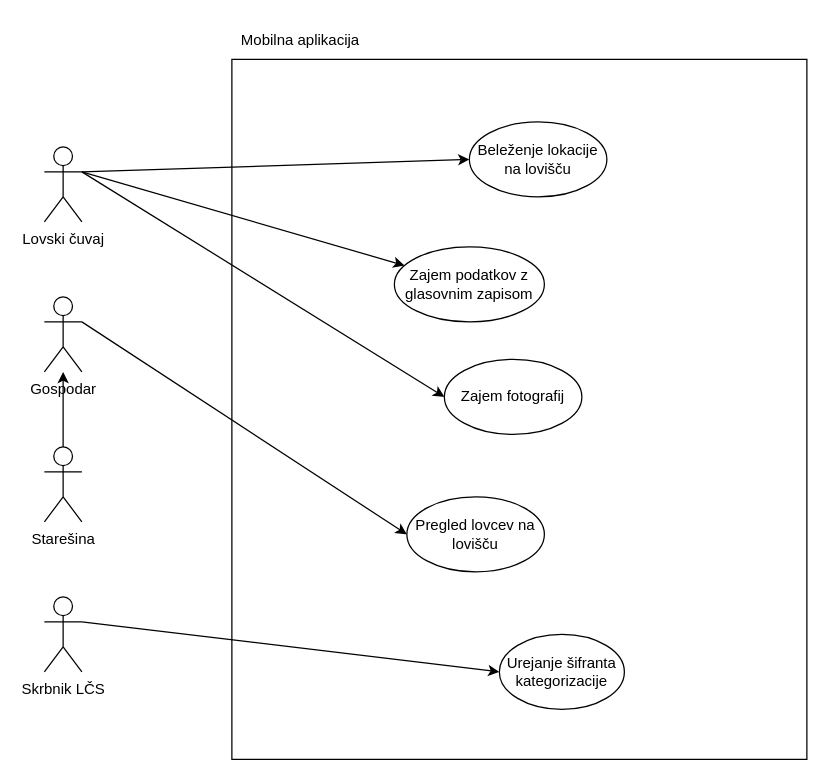
This is Lovski čuvaj-Mobilna aplikacija.drawio from ErnestISv/Lovstvo, a draw.io file, before an edit. Source tidied: cells renumbered, new cells numbered last; positions are measured from the earlier drawing's top-left corner, leaving out a move shared by most shapes. Both pictures are drawn from the tidied source at 125%, with x=0, y=0 at pixel (44, 21).
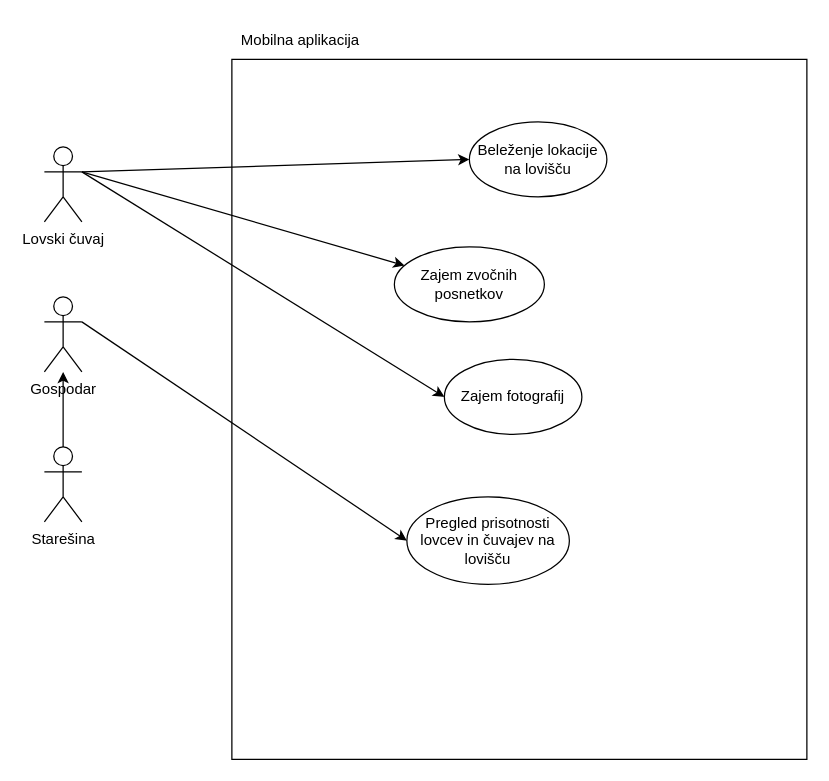
Above is the later version.

Unchanged cells that the change refers to:
```xml
<mxCell id="3" value="Lovski čuvaj" style="shape=umlActor;verticalLabelPosition=bottom;verticalAlign=top;html=1;outlineConnect=0;" parent="1" vertex="1">
  <mxGeometry y="100" width="30" height="60" as="geometry" />
</mxCell>
<mxCell id="5" value="Gospodar" style="shape=umlActor;verticalLabelPosition=bottom;verticalAlign=top;html=1;outlineConnect=0;" parent="1" vertex="1">
  <mxGeometry y="220" width="30" height="60" as="geometry" />
</mxCell>
<mxCell id="10" value="Zajem fotografij" style="ellipse;whiteSpace=wrap;html=1;" parent="1" vertex="1">
  <mxGeometry x="320" y="270" width="110" height="60" as="geometry" />
</mxCell>
<mxCell id="17" value="Beleženje lokacije na lovišču" style="ellipse;whiteSpace=wrap;html=1;" parent="1" vertex="1">
  <mxGeometry x="340" y="80" width="110" height="60" as="geometry" />
</mxCell>
```

The edit, as a diff of the source:
```diff
@@
-    <mxCell id="2" style="rounded=0;whiteSpace=wrap;html=1;" parent="1" vertex="1">
-      <mxGeometry x="150" y="30" width="460" height="560" as="geometry" />
-    </mxCell>
+    <mxCell id="19" style="rounded=0;whiteSpace=wrap;html=1;" parent="1" vertex="1">
+      <mxGeometry x="150" y="30" width="460" height="560" as="geometry" />
+    </mxCell>
@@
-    <mxCell id="6" value="Skrbnik LČS" style="shape=umlActor;verticalLabelPosition=bottom;verticalAlign=top;html=1;outlineConnect=0;" parent="1" vertex="1">
-      <mxGeometry y="460" width="30" height="60" as="geometry" />
-    </mxCell>
-    <mxCell id="7" value="Urejanje šifranta kategorizacije" style="ellipse;whiteSpace=wrap;html=1;" parent="1" vertex="1">
-      <mxGeometry x="364" y="490" width="100" height="60" as="geometry" />
-    </mxCell>
-    <mxCell id="8" value="Zajem podatkov z glasovnim zapisom" style="ellipse;whiteSpace=wrap;html=1;" parent="1" vertex="1">
-      <mxGeometry x="280" y="180" width="120" height="60" as="geometry" />
-    </mxCell>
-    <mxCell id="9" style="endArrow=classic;html=1;rounded=0;exitX=1;exitY=0.3333333333333333;exitDx=0;exitDy=0;exitPerimeter=0;" parent="1" edge="1" source="3" target="8">
-      <mxGeometry relative="1" as="geometry" />
-    </mxCell>
+    <mxCell id="20" value="Zajem zvočnih posnetkov" style="ellipse;whiteSpace=wrap;html=1;" parent="1" vertex="1">
+      <mxGeometry x="280" y="180" width="120" height="60" as="geometry" />
+    </mxCell>
+    <mxCell id="21" style="endArrow=classic;html=1;rounded=0;exitX=1;exitY=0.3333333333333333;exitDx=0;exitDy=0;exitPerimeter=0;" parent="1" edge="1" source="3" target="20">
+      <mxGeometry relative="1" as="geometry" />
+    </mxCell>
@@
-    <mxCell id="11" style="endArrow=classic;html=1;rounded=0;entryX=0;entryY=0.5;entryDx=0;entryDy=0;" parent="1" edge="1" target="10">
-      <mxGeometry relative="1" as="geometry">
-        <mxPoint x="30" y="120" as="sourcePoint" />
-      </mxGeometry>
-    </mxCell>
+    <mxCell id="22" style="endArrow=classic;html=1;rounded=0;entryX=0;entryY=0.5;entryDx=0;entryDy=0;" parent="1" edge="1" target="10">
+      <mxGeometry relative="1" as="geometry">
+        <mxPoint x="30" y="120" as="sourcePoint" />
+      </mxGeometry>
+    </mxCell>
@@
-    <mxCell id="13" style="endArrow=classic;html=1;rounded=0;exitX=1;exitY=0.3333333333333333;exitDx=0;exitDy=0;exitPerimeter=0;entryX=0;entryY=0.5;entryDx=0;entryDy=0;" parent="1" edge="1" source="6" target="7">
-      <mxGeometry relative="1" as="geometry" />
-    </mxCell>
-    <mxCell id="14" value="Pregled lovcev na lovišču" style="ellipse;whiteSpace=wrap;html=1;" parent="1" vertex="1">
-      <mxGeometry x="290" y="380" width="110" height="60" as="geometry" />
-    </mxCell>
-    <mxCell id="15" style="endArrow=classic;html=1;rounded=0;exitX=1;exitY=0.3333333333333333;exitDx=0;exitDy=0;exitPerimeter=0;entryX=0;entryY=0.5;entryDx=0;entryDy=0;" parent="1" edge="1" source="5" target="14">
-      <mxGeometry relative="1" as="geometry" />
-    </mxCell>
+    <mxCell id="23" value="Pregled prisotnosti lovcev in čuvajev na lovišču" style="ellipse;whiteSpace=wrap;html=1;" parent="1" vertex="1">
+      <mxGeometry x="290" y="380" width="130" height="70" as="geometry" />
+    </mxCell>
+    <mxCell id="24" style="endArrow=classic;html=1;rounded=0;exitX=1;exitY=0.3333333333333333;exitDx=0;exitDy=0;exitPerimeter=0;entryX=0;entryY=0.5;entryDx=0;entryDy=0;" parent="1" edge="1" source="5" target="23">
+      <mxGeometry relative="1" as="geometry" />
+    </mxCell>
@@
-    <mxCell id="18" style="endArrow=classic;html=1;rounded=0;entryX=0;entryY=0.5;entryDx=0;entryDy=0;" parent="1" edge="1" target="17">
-      <mxGeometry relative="1" as="geometry">
-        <mxPoint x="30" y="120" as="sourcePoint" />
-      </mxGeometry>
-    </mxCell>
+    <mxCell id="25" style="endArrow=classic;html=1;rounded=0;entryX=0;entryY=0.5;entryDx=0;entryDy=0;" parent="1" edge="1" target="17">
+      <mxGeometry relative="1" as="geometry">
+        <mxPoint x="30" y="120" as="sourcePoint" />
+      </mxGeometry>
+    </mxCell>
```
